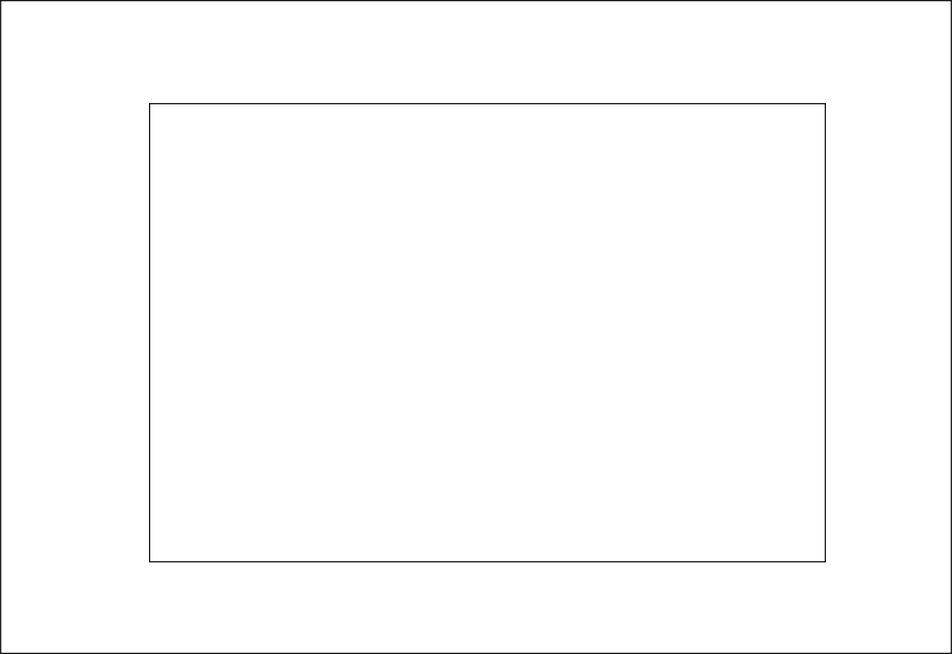
The draw.io diagram document/apb_uart_top.svg in ADN-VLSI/apb-uart, before a commit. Source tidied: cells renumbered, new cells last; positions are measured from the earlier drawing's top-left corner, leaving out a move shared by most shapes.
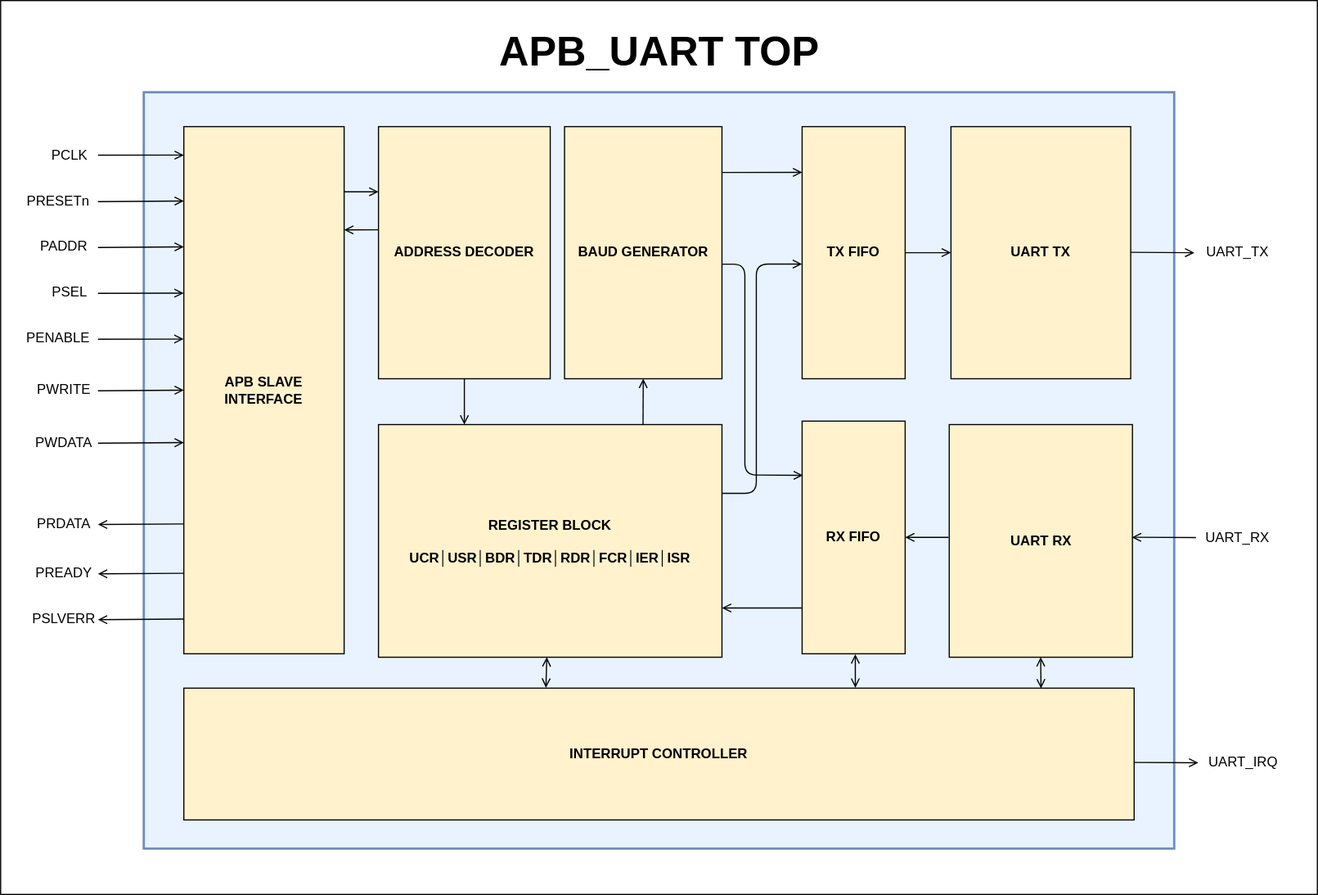
The same diagram one commit later.

What changed in the source:
```diff
@@ -3,10 +3,218 @@
     <mxCell id="0" />
     <mxCell id="1" parent="0" />
     <mxCell id="2" style="whiteSpace=wrap;html=1;" parent="1" vertex="1">
-      <mxGeometry width="830" height="570" as="geometry" />
+      <mxGeometry x="140" y="70" width="1150" height="780" as="geometry" />
     </mxCell>
-    <mxCell id="3" style="whiteSpace=wrap;html=1;" parent="1" vertex="1">
-      <mxGeometry x="130" y="90" width="590" height="400" as="geometry" />
+    <mxCell id="3" style="whiteSpace=wrap;html=1;fillColor=#E8F3FF;strokeColor=#6c8ebf;strokeWidth=2;" parent="1" vertex="1">
+      <mxGeometry x="265" y="150" width="900" height="660" as="geometry" />
     </mxCell>
+    <mxCell id="4" style="edgeStyle=none;html=1;entryX=0;entryY=0.054;entryDx=0;entryDy=0;entryPerimeter=0;endArrow=open;endFill=0;" parent="1" edge="1" source="5" target="18">
+      <mxGeometry relative="1" as="geometry" />
+    </mxCell>
+    <mxCell id="5" value="PCLK" style="text;html=1;align=center;verticalAlign=middle;points=[];strokeColor=none;fillColor=none;" parent="1" vertex="1">
+      <mxGeometry x="175" y="190" width="50" height="30" as="geometry" />
+    </mxCell>
+    <mxCell id="6" value="PRESETn" style="text;html=1;align=center;verticalAlign=middle;strokeColor=none;fillColor=none;" parent="1" vertex="1">
+      <mxGeometry x="150" y="230" width="80" height="30" as="geometry" />
+    </mxCell>
+    <mxCell id="7" value="PADDR" style="text;html=1;align=center;verticalAlign=middle;strokeColor=none;fillColor=none;" parent="1" vertex="1">
+      <mxGeometry x="165" y="270" width="60" height="30" as="geometry" />
+    </mxCell>
+    <mxCell id="8" value="PSEL" style="text;html=1;align=center;verticalAlign=middle;strokeColor=none;fillColor=none;" parent="1" vertex="1">
+      <mxGeometry x="175" y="310" width="50" height="30" as="geometry" />
+    </mxCell>
+    <mxCell id="9" value="PENABLE" style="text;html=1;align=center;verticalAlign=middle;strokeColor=none;fillColor=none;" parent="1" vertex="1">
+      <mxGeometry x="150" y="350" width="80" height="30" as="geometry" />
+    </mxCell>
+    <mxCell id="10" value="PWRITE" style="text;html=1;align=center;verticalAlign=middle;strokeColor=none;fillColor=none;" parent="1" vertex="1">
+      <mxGeometry x="160" y="395" width="70" height="30" as="geometry" />
+    </mxCell>
+    <mxCell id="11" value="PWDATA" style="text;html=1;align=center;verticalAlign=middle;strokeColor=none;fillColor=none;" parent="1" vertex="1">
+      <mxGeometry x="160" y="441" width="70" height="30" as="geometry" />
+    </mxCell>
+    <mxCell id="12" value="PRDATA" style="text;html=1;align=center;verticalAlign=middle;strokeColor=none;fillColor=none;" parent="1" vertex="1">
+      <mxGeometry x="160" y="512" width="70" height="30" as="geometry" />
+    </mxCell>
+    <mxCell id="13" value="PREADY" style="text;html=1;align=center;verticalAlign=middle;strokeColor=none;fillColor=none;" parent="1" vertex="1">
+      <mxGeometry x="160" y="555" width="70" height="30" as="geometry" />
+    </mxCell>
+    <mxCell id="14" value="PSLVERR" style="text;html=1;align=center;verticalAlign=middle;strokeColor=none;fillColor=none;" parent="1" vertex="1">
+      <mxGeometry x="155" y="595" width="80" height="30" as="geometry" />
+    </mxCell>
+    <mxCell id="15" value="UART_TX" style="text;html=1;align=center;verticalAlign=middle;points=[];strokeColor=none;fillColor=none;" parent="1" vertex="1">
+      <mxGeometry x="1180" y="275" width="80" height="30" as="geometry" />
+    </mxCell>
+    <mxCell id="16" value="UART_RX" style="text;html=1;align=center;verticalAlign=middle;strokeColor=none;fillColor=none;" parent="1" vertex="1">
+      <mxGeometry x="1180" y="523.5" width="80" height="30" as="geometry" />
+    </mxCell>
+    <mxCell id="17" value="UART_IRQ" style="text;html=1;align=center;verticalAlign=middle;strokeColor=none;fillColor=none;" parent="1" vertex="1">
+      <mxGeometry x="1185" y="720" width="80" height="30" as="geometry" />
+    </mxCell>
+    <mxCell id="18" value="&lt;b&gt;APB SLAVE&lt;/b&gt;&lt;div&gt;&lt;b&gt;INTERFACE&lt;/b&gt;&lt;/div&gt;" style="whiteSpace=wrap;html=1;fillColor=#fff2cc;strokeColor=#000000;" parent="1" vertex="1">
+      <mxGeometry x="300" y="180" width="140" height="460" as="geometry" />
+    </mxCell>
+    <mxCell id="19" style="edgeStyle=none;html=1;entryX=0;entryY=0.141;entryDx=0;entryDy=0;entryPerimeter=0;endArrow=open;endFill=0;" parent="1" edge="1" target="18">
+      <mxGeometry relative="1" as="geometry">
+        <mxPoint x="225" y="245.5" as="sourcePoint" />
+      </mxGeometry>
+    </mxCell>
+    <mxCell id="20" style="edgeStyle=none;html=1;entryX=0;entryY=0.228;entryDx=0;entryDy=0;entryPerimeter=0;endArrow=open;endFill=0;" parent="1" edge="1" target="18">
+      <mxGeometry relative="1" as="geometry">
+        <mxPoint x="225" y="285.5" as="sourcePoint" />
+      </mxGeometry>
+    </mxCell>
+    <mxCell id="21" style="edgeStyle=none;html=1;entryX=-0.001;entryY=0.316;entryDx=0;entryDy=0;entryPerimeter=0;endArrow=open;endFill=0;" parent="1" edge="1" target="18">
+      <mxGeometry relative="1" as="geometry">
+        <mxPoint x="225" y="325.5" as="sourcePoint" />
+      </mxGeometry>
+    </mxCell>
+    <mxCell id="22" style="edgeStyle=none;html=1;entryX=-0.002;entryY=0.403;entryDx=0;entryDy=0;entryPerimeter=0;endArrow=open;endFill=0;" parent="1" edge="1" target="18">
+      <mxGeometry relative="1" as="geometry">
+        <mxPoint x="225" y="365.5" as="sourcePoint" />
+      </mxGeometry>
+    </mxCell>
+    <mxCell id="23" style="edgeStyle=none;html=1;entryX=-0.002;entryY=0.403;entryDx=0;entryDy=0;entryPerimeter=0;endArrow=open;endFill=0;" parent="1" edge="1">
+      <mxGeometry relative="1" as="geometry">
+        <mxPoint x="225" y="410.5" as="sourcePoint" />
+        <mxPoint x="300" y="410" as="targetPoint" />
+      </mxGeometry>
+    </mxCell>
+    <mxCell id="24" style="edgeStyle=none;html=1;entryX=-0.002;entryY=0.403;entryDx=0;entryDy=0;entryPerimeter=0;endArrow=open;endFill=0;" parent="1" edge="1">
+      <mxGeometry relative="1" as="geometry">
+        <mxPoint x="225" y="456.2" as="sourcePoint" />
+        <mxPoint x="300" y="455.8" as="targetPoint" />
+      </mxGeometry>
+    </mxCell>
+    <mxCell id="25" style="edgeStyle=none;html=1;entryX=-0.002;entryY=0.403;entryDx=0;entryDy=0;entryPerimeter=0;endArrow=none;endFill=0;startArrow=open;startFill=0;" parent="1" edge="1">
+      <mxGeometry relative="1" as="geometry">
+        <mxPoint x="225" y="527.2" as="sourcePoint" />
+        <mxPoint x="300" y="526.7" as="targetPoint" />
+      </mxGeometry>
+    </mxCell>
+    <mxCell id="26" style="edgeStyle=none;html=1;entryX=-0.002;entryY=0.403;entryDx=0;entryDy=0;entryPerimeter=0;endArrow=none;endFill=0;startArrow=open;startFill=0;" parent="1" edge="1">
+      <mxGeometry relative="1" as="geometry">
+        <mxPoint x="225" y="570.2" as="sourcePoint" />
+        <mxPoint x="300" y="569.8" as="targetPoint" />
+      </mxGeometry>
+    </mxCell>
+    <mxCell id="27" style="edgeStyle=none;html=1;entryX=-0.002;entryY=0.403;entryDx=0;entryDy=0;entryPerimeter=0;endArrow=none;endFill=0;startArrow=open;startFill=0;" parent="1" edge="1">
+      <mxGeometry relative="1" as="geometry">
+        <mxPoint x="225" y="610.2" as="sourcePoint" />
+        <mxPoint x="300" y="609.8" as="targetPoint" />
+      </mxGeometry>
+    </mxCell>
+    <mxCell id="28" style="edgeStyle=none;html=1;exitX=0.5;exitY=1;exitDx=0;exitDy=0;entryX=0.25;entryY=0;entryDx=0;entryDy=0;endArrow=open;endFill=0;" parent="1" edge="1" source="29" target="30">
+      <mxGeometry relative="1" as="geometry" />
+    </mxCell>
+    <mxCell id="29" value="&lt;b&gt;ADDRESS DECODER&lt;/b&gt;" style="whiteSpace=wrap;html=1;fillColor=#fff2cc;strokeColor=#000000;" parent="1" vertex="1">
+      <mxGeometry x="470" y="180" width="150" height="220" as="geometry" />
+    </mxCell>
+    <mxCell id="30" value="&lt;b&gt;REGISTER BLOCK&lt;/b&gt;&lt;div&gt;&lt;b&gt;&lt;br&gt;&lt;/b&gt;&lt;div&gt;&lt;b&gt;&amp;nbsp;UCR│USR│BDR│TDR│RDR│FCR│IER│ISR&amp;nbsp;&lt;/b&gt;&lt;/div&gt;&lt;/div&gt;" style="whiteSpace=wrap;html=1;fillColor=#fff2cc;strokeColor=#000000;" parent="1" vertex="1">
+      <mxGeometry x="470" y="440" width="300" height="203" as="geometry" />
+    </mxCell>
+    <mxCell id="31" style="edgeStyle=none;html=1;entryX=0;entryY=0.054;entryDx=0;entryDy=0;entryPerimeter=0;endArrow=open;endFill=0;exitX=1.001;exitY=0.141;exitDx=0;exitDy=0;exitPerimeter=0;" parent="1" edge="1">
+      <mxGeometry relative="1" as="geometry">
+        <mxPoint x="440.1" y="236.9" as="sourcePoint" />
+        <mxPoint x="470" y="236.9" as="targetPoint" />
+      </mxGeometry>
+    </mxCell>
+    <mxCell id="32" style="edgeStyle=none;html=1;entryX=0;entryY=0.054;entryDx=0;entryDy=0;entryPerimeter=0;endArrow=none;endFill=0;exitX=1.001;exitY=0.141;exitDx=0;exitDy=0;exitPerimeter=0;startArrow=open;startFill=0;" parent="1" edge="1">
+      <mxGeometry relative="1" as="geometry">
+        <mxPoint x="440" y="270.1" as="sourcePoint" />
+        <mxPoint x="470" y="270" as="targetPoint" />
+      </mxGeometry>
+    </mxCell>
+    <mxCell id="33" value="&lt;b&gt;UART RX&lt;/b&gt;" style="whiteSpace=wrap;html=1;fillColor=#fff2cc;strokeColor=#000000;" parent="1" vertex="1">
+      <mxGeometry x="968.5" y="440" width="160" height="203" as="geometry" />
+    </mxCell>
+    <mxCell id="34" value="&lt;b&gt;UART TX&lt;/b&gt;" style="whiteSpace=wrap;html=1;fillColor=#fff2cc;strokeColor=#000000;" parent="1" vertex="1">
+      <mxGeometry x="970" y="180" width="157" height="220" as="geometry" />
+    </mxCell>
+    <mxCell id="35" value="&lt;b&gt;BAUD GENERATOR&lt;/b&gt;" style="whiteSpace=wrap;html=1;fillColor=#fff2cc;strokeColor=#000000;" parent="1" vertex="1">
+      <mxGeometry x="632.5" y="180" width="137.5" height="220" as="geometry" />
+    </mxCell>
+    <mxCell id="36" style="edgeStyle=none;html=1;endArrow=open;endFill=0;" parent="1" edge="1" source="37" target="34">
+      <mxGeometry relative="1" as="geometry" />
+    </mxCell>
+    <mxCell id="37" value="&lt;b&gt;TX FIFO&lt;/b&gt;" style="whiteSpace=wrap;html=1;fillColor=#fff2cc;strokeColor=#000000;" parent="1" vertex="1">
+      <mxGeometry x="840" y="180" width="90" height="220" as="geometry" />
+    </mxCell>
+    <mxCell id="38" style="edgeStyle=none;html=1;entryX=-0.004;entryY=0.485;entryDx=0;entryDy=0;entryPerimeter=0;endArrow=none;endFill=0;startArrow=open;startFill=0;" parent="1" edge="1" source="39" target="33">
+      <mxGeometry relative="1" as="geometry" />
+    </mxCell>
+    <mxCell id="39" value="&lt;b&gt;RX FIFO&lt;/b&gt;" style="whiteSpace=wrap;html=1;fillColor=#fff2cc;strokeColor=#000000;" parent="1" vertex="1">
+      <mxGeometry x="840" y="437" width="90" height="203" as="geometry" />
+    </mxCell>
+    <mxCell id="40" value="&lt;b&gt;INTERRUPT CONTROLLER&lt;/b&gt;" style="whiteSpace=wrap;html=1;fillColor=#fff2cc;strokeColor=#000000;" parent="1" vertex="1">
+      <mxGeometry x="300" y="670" width="830" height="115" as="geometry" />
+    </mxCell>
+    <mxCell id="41" style="edgeStyle=none;html=1;exitX=0.5;exitY=1;exitDx=0;exitDy=0;entryX=0.25;entryY=0;entryDx=0;entryDy=0;endArrow=none;endFill=0;startArrow=open;startFill=0;" parent="1" edge="1" source="35">
+      <mxGeometry relative="1" as="geometry">
+        <mxPoint x="701.1" y="440" as="targetPoint" />
+      </mxGeometry>
+    </mxCell>
+    <mxCell id="42" style="edgeStyle=none;html=1;entryX=0.381;entryY=-0.003;entryDx=0;entryDy=0;entryPerimeter=0;startArrow=open;startFill=0;endArrow=open;endFill=0;" parent="1" edge="1" source="30" target="40">
+      <mxGeometry relative="1" as="geometry" />
+    </mxCell>
+    <mxCell id="43" style="edgeStyle=none;html=1;entryX=0.639;entryY=0.106;entryDx=0;entryDy=0;entryPerimeter=0;endArrow=open;endFill=0;exitX=1.001;exitY=0.141;exitDx=0;exitDy=0;exitPerimeter=0;" parent="1" edge="1" target="3">
+      <mxGeometry relative="1" as="geometry">
+        <mxPoint x="770" y="220" as="sourcePoint" />
+      </mxGeometry>
+    </mxCell>
+    <mxCell id="44" style="edgeStyle=none;html=1;entryX=0.639;entryY=0.106;entryDx=0;entryDy=0;entryPerimeter=0;endArrow=none;endFill=0;exitX=1.001;exitY=0.141;exitDx=0;exitDy=0;exitPerimeter=0;startArrow=open;startFill=0;" parent="1" edge="1">
+      <mxGeometry relative="1" as="geometry">
+        <mxPoint x="770" y="600" as="sourcePoint" />
+        <mxPoint x="840" y="600" as="targetPoint" />
+      </mxGeometry>
+    </mxCell>
+    <mxCell id="45" style="edgeStyle=none;html=1;entryX=-0.001;entryY=0.545;entryDx=0;entryDy=0;entryPerimeter=0;endArrow=open;endFill=0;exitX=1.001;exitY=0.141;exitDx=0;exitDy=0;exitPerimeter=0;" parent="1" edge="1" target="37">
+      <mxGeometry relative="1" as="geometry">
+        <mxPoint x="770" y="500" as="sourcePoint" />
+        <Array as="points">
+          <mxPoint x="800" y="500" />
+          <mxPoint x="800" y="300" />
+        </Array>
+      </mxGeometry>
+    </mxCell>
+    <mxCell id="46" style="edgeStyle=none;html=1;entryX=0.008;entryY=0.233;entryDx=0;entryDy=0;entryPerimeter=0;endArrow=open;endFill=0;exitX=1.001;exitY=0.141;exitDx=0;exitDy=0;exitPerimeter=0;" parent="1" edge="1" target="39">
+      <mxGeometry relative="1" as="geometry">
+        <mxPoint x="770" y="300" as="sourcePoint" />
+        <Array as="points">
+          <mxPoint x="790" y="300" />
+          <mxPoint x="790" y="484" />
+        </Array>
+      </mxGeometry>
+    </mxCell>
+    <mxCell id="47" style="edgeStyle=none;html=1;endArrow=open;endFill=0;entryX=0.032;entryY=0.502;entryDx=0;entryDy=0;entryPerimeter=0;" parent="1" edge="1" target="15">
+      <mxGeometry relative="1" as="geometry">
+        <mxPoint x="1127" y="289.7" as="sourcePoint" />
+      </mxGeometry>
+    </mxCell>
+    <mxCell id="48" style="edgeStyle=none;html=1;endArrow=open;endFill=0;entryX=0.032;entryY=0.502;entryDx=0;entryDy=0;entryPerimeter=0;" parent="1" edge="1">
+      <mxGeometry relative="1" as="geometry">
+        <mxPoint x="1130" y="734.8" as="sourcePoint" />
+        <mxPoint x="1186" y="735.1" as="targetPoint" />
+      </mxGeometry>
+    </mxCell>
+    <mxCell id="49" style="edgeStyle=none;html=1;endArrow=none;endFill=0;entryX=0.032;entryY=0.502;entryDx=0;entryDy=0;entryPerimeter=0;startArrow=open;startFill=0;" parent="1" edge="1">
+      <mxGeometry relative="1" as="geometry">
+        <mxPoint x="1128" y="538.3" as="sourcePoint" />
+        <mxPoint x="1184" y="538.6" as="targetPoint" />
+      </mxGeometry>
+    </mxCell>
+    <mxCell id="50" value="&lt;b&gt;&lt;font style=&quot;font-size: 36px;&quot;&gt;APB_UART TOP&lt;/font&gt;&lt;/b&gt;" style="text;html=1;align=center;verticalAlign=middle;strokeColor=none;fillColor=none;" parent="1" vertex="1">
+      <mxGeometry x="565" y="84" width="300" height="60" as="geometry" />
+    </mxCell>
+    <mxCell id="51" style="edgeStyle=none;html=1;entryX=0.703;entryY=-0.003;entryDx=0;entryDy=0;entryPerimeter=0;startArrow=open;startFill=0;endArrow=open;endFill=0;exitX=0.483;exitY=1.002;exitDx=0;exitDy=0;exitPerimeter=0;" parent="1" edge="1">
+      <mxGeometry relative="1" as="geometry">
+        <mxPoint x="886.5" y="640.4" as="sourcePoint" />
+        <mxPoint x="886.5" y="669.7" as="targetPoint" />
+      </mxGeometry>
+    </mxCell>
+    <mxCell id="52" style="edgeStyle=none;html=1;entryX=0.902;entryY=0.002;entryDx=0;entryDy=0;entryPerimeter=0;startArrow=open;startFill=0;endArrow=open;endFill=0;exitX=0.483;exitY=1.002;exitDx=0;exitDy=0;exitPerimeter=0;" parent="1" edge="1" target="40">
+      <mxGeometry relative="1" as="geometry">
+        <mxPoint x="1048.3" y="643" as="sourcePoint" />
+      </mxGeometry>
+    </mxCell>
   </root>
 </mxGraphModel>
```
